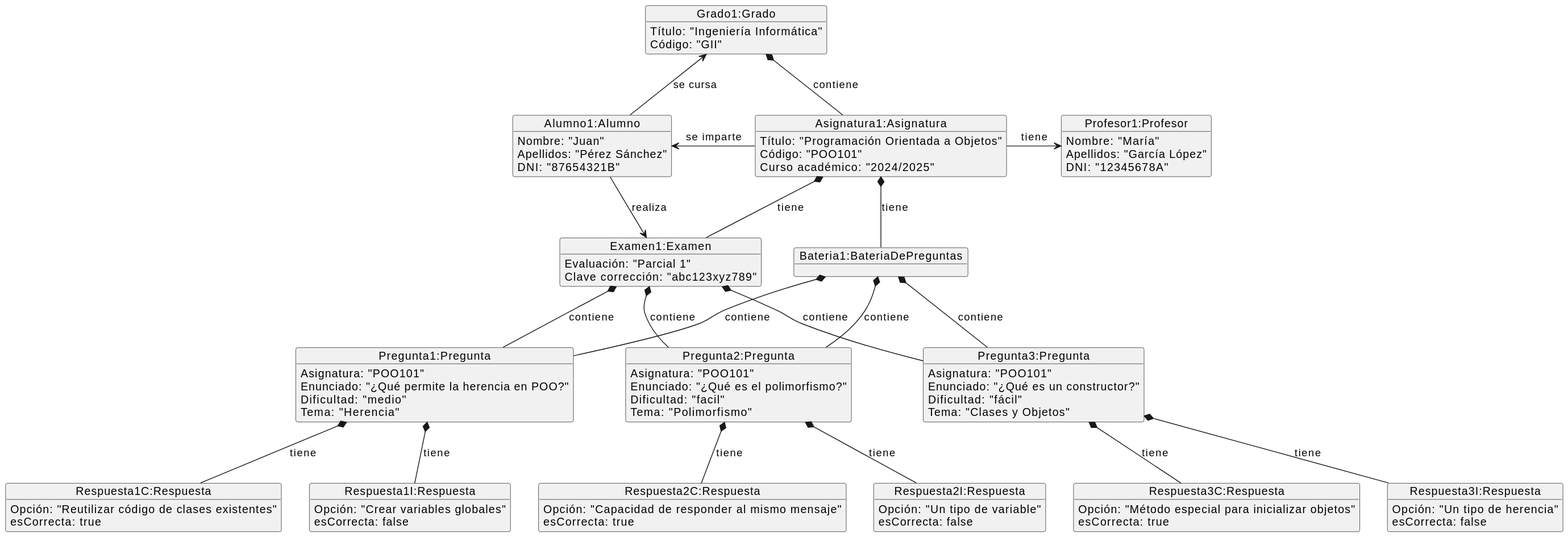
martinlopez7/25-26-IdSw1-SdR keeps this PlantUML diagram as documents/modelos/diagramas/diagramaObjetos/diagramaObjetos.svg. Above is the earlier version.
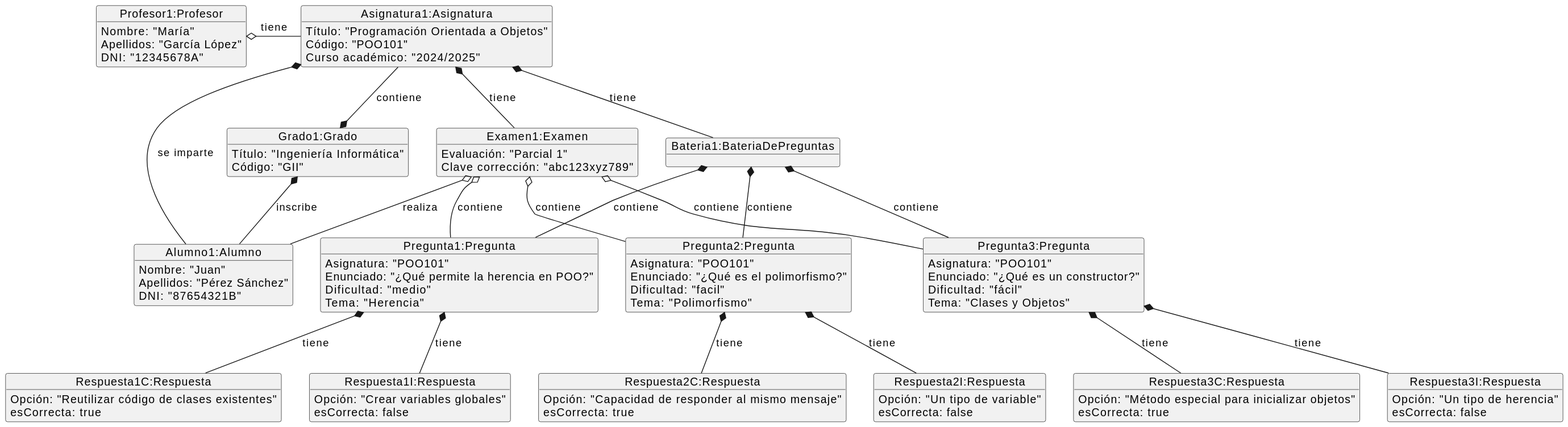
After the change.

Commit message:
fix(mdd): Corrige jerarquía diagrama de objetos [refs #41]

Diff of the diagram source:
```diff
@@ -1,7 +1,10 @@
 @startuml
-object "Grado1:Grado" as grado1 {
-  Título: "Ingeniería Informática"
-  Código: "GII"
+top to bottom direction
+
+object "Profesor1:Profesor" as prof1 {
+  Nombre: "María"
+  Apellidos: "García López"
+  DNI: "12345678A"
 }
 
 object "Asignatura1:Asignatura" as asig1 {
@@ -10,16 +13,9 @@
   Curso académico: "2024/2025"
 }
 
-object "Alumno1:Alumno" as alum1 {
-  Nombre: "Juan"
-  Apellidos: "Pérez Sánchez"
-  DNI: "87654321B"
-}
-
-object "Profesor1:Profesor" as prof1 {
-  Nombre: "María"
-  Apellidos: "García López"
-  DNI: "12345678A"
+object "Grado1:Grado" as grado1 {
+  Título: "Ingeniería Informática"
+  Código: "GII"
 }
 
 object "Examen1:Examen" as exam1 {
@@ -28,6 +24,12 @@
 }
 
 object "Bateria1:BateriaDePreguntas" as bateria1 {
+}
+
+object "Alumno1:Alumno" as alum1 {
+  Nombre: "Juan"
+  Apellidos: "Pérez Sánchez"
+  DNI: "87654321B"
 }
 
 object "Pregunta1:Pregunta" as preg1 {
@@ -76,15 +78,12 @@
   esCorrecta: false
 }
 
+asig1 *-- exam1 : tiene
+asig1 --* grado1 : contiene
+asig1 *-- bateria1 : tiene
+asig1 *-- alum1 : se imparte
 
-grado1 *-- asig1 : contiene
-
-asig1 *-- exam1 : tiene
-asig1 *-- bateria1 : tiene
-
-exam1 *-- preg1 : contiene
-exam1 *-- preg2 : contiene
-exam1 *-- preg3 : contiene
+grado1 *-- alum1 : inscribe
 
 bateria1 *-- preg1 : contiene
 bateria1 *-- preg2 : contiene
@@ -100,15 +99,21 @@
 preg3 *-- resp3I : tiene
 
 
+prof1 o-- asig1 : tiene
+exam1 o-- alum1 : realiza
+exam1 o-- preg1 : contiene
+exam1 o-- preg2 : contiene
+exam1 o-- preg3 : contiene
+
+
+prof1 -[hidden]right-> asig1
+
+grado1 -[hidden]right-> exam1
+exam1 -[hidden]right-> bateria1
+
 preg1 -[hidden]right-> preg2
 preg2 -[hidden]right-> preg3
-
-exam1 -[hidden]right-> bateria1
-
-alum1 -u-> grado1 : se cursa
-asig1 -left-> alum1 : se imparte
-asig1 -right-> prof1 : tiene
-alum1 -d-> exam1 : realiza
+alum1 -[hidden]right-> preg2
 
 preg1 -[hidden]down-> resp1C
 preg2 -[hidden]down-> resp2C
```
